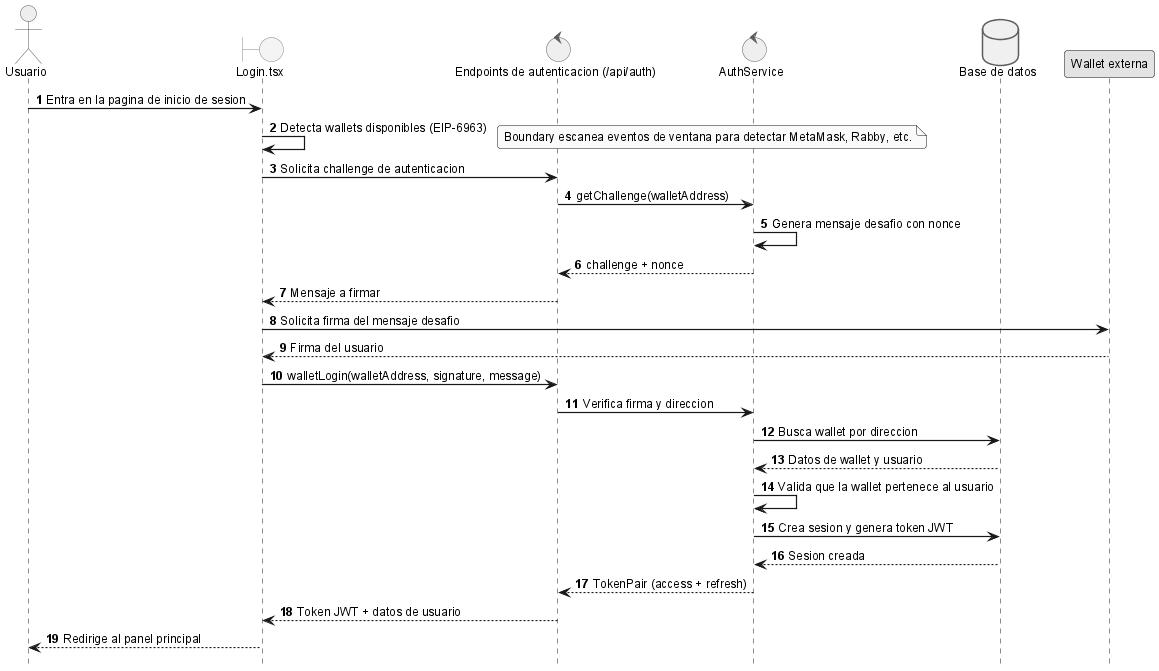
Before: anexos/diagramas/seq-login-wallet.png, a diagram exported from PlantUML (ErDeivih/DocumentChain).
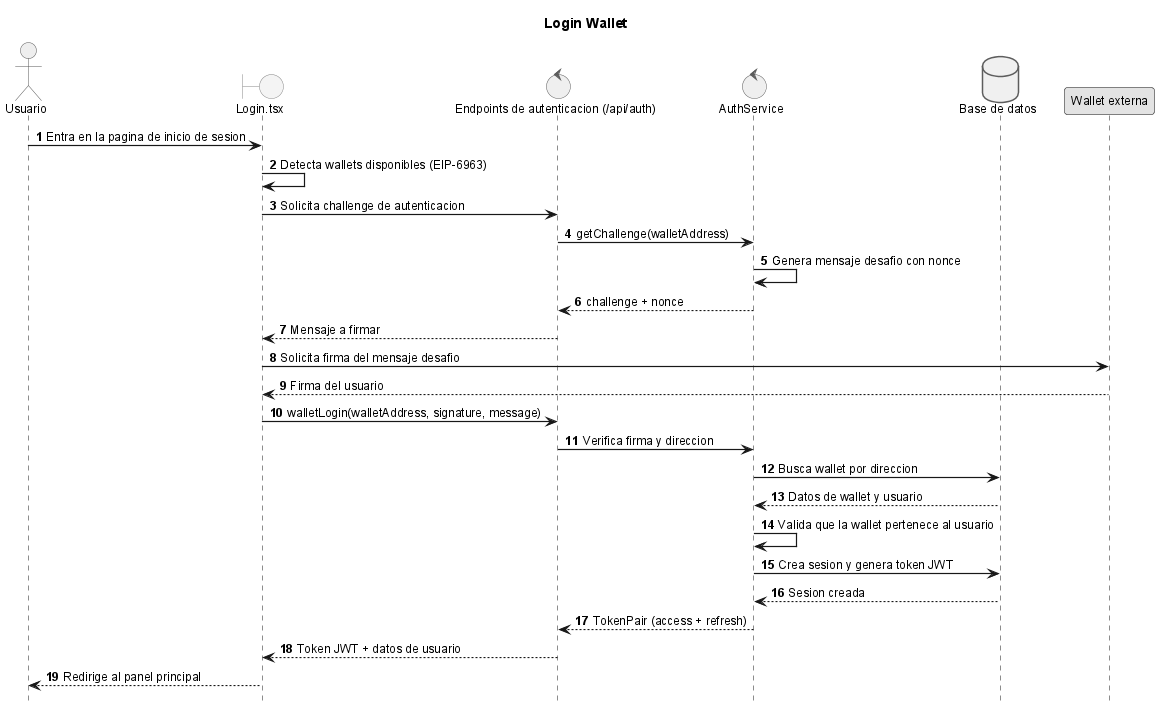
The same diagram one commit later.

The edit, as a diff of the source:
```diff
@@ -1,4 +1,6 @@
 @startuml
+
+title Login Wallet
 !include _sequence-style.puml
 actor Usuario as user
 boundary "Login.tsx" as ui
@@ -9,7 +11,6 @@
 
 user -> ui: Entra en la pagina de inicio de sesion
 ui -> ui: Detecta wallets disponibles (EIP-6963)
-note right: Boundary escanea eventos de ventana para detectar MetaMask, Rabby, etc.
 
 ui -> api: Solicita challenge de autenticacion
 api -> srv: getChallenge(walletAddress)
```
